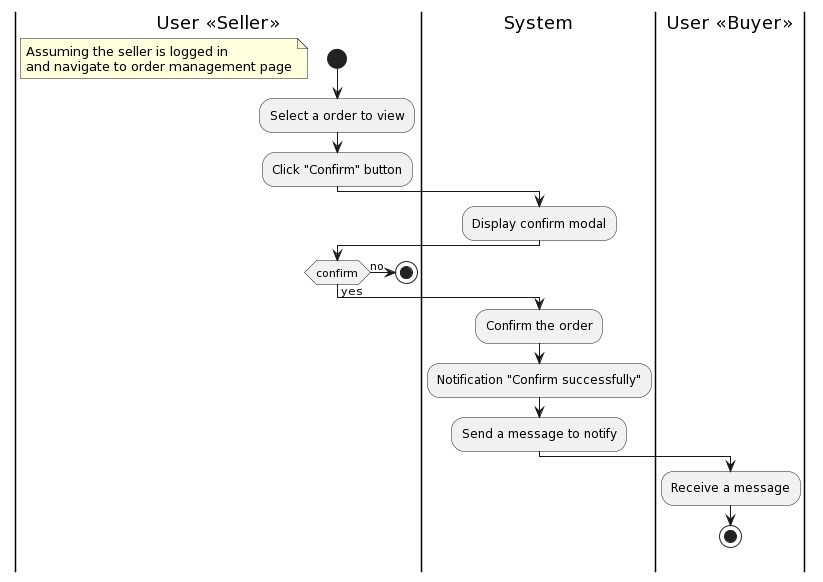
Above: Lab 1.2/img/activity/confirm-order.png in doublek2712/SE357-Pratice-class (PlantUML), before the change.
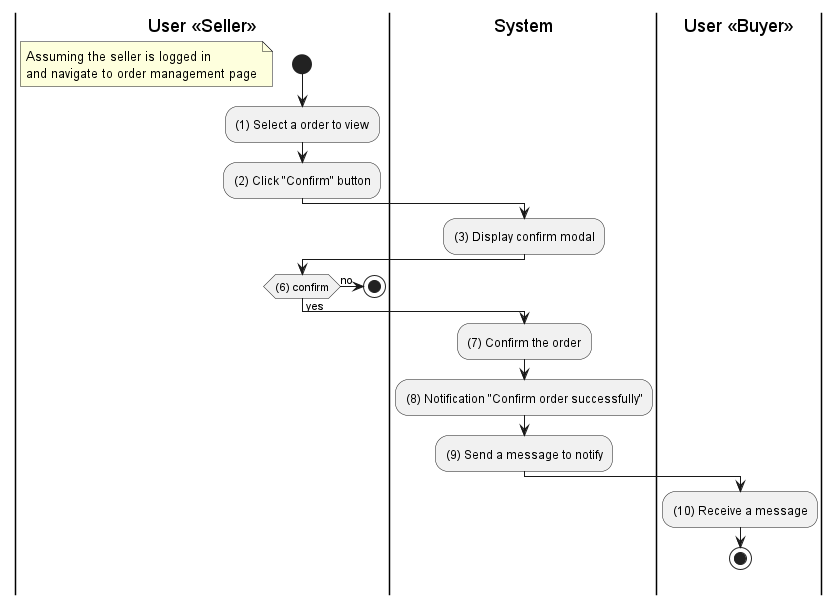
The same diagram one commit later.

Diff of the diagram source:
```diff
@@ -10,21 +10,23 @@
 and navigate to order management page
 end note
 
-:Select a order to view;
-:Click "Confirm" button;
+:(1) Select a order to view;
+:(2) Click "Confirm" button;
 |System|
-:Display confirm modal;
+:(3) Display confirm modal;
 |Seller|
-if (confirm) then (yes)
+if ((6) confirm) then (yes)
    |System|
-   :Confirm the order;
-   :Notification "Confirm successfully";
-   :Send a message to notify;
+   :(7) Confirm the order;
+   :(8) Notification "Confirm order successfully";
+   :(9) Send a message to notify;
    |Buyer|
-   :Receive a message;
+   :(10) Receive a message;
    stop
 |Seller|
 else (no)
 stop
 endif
+
+
 @enduml
```
